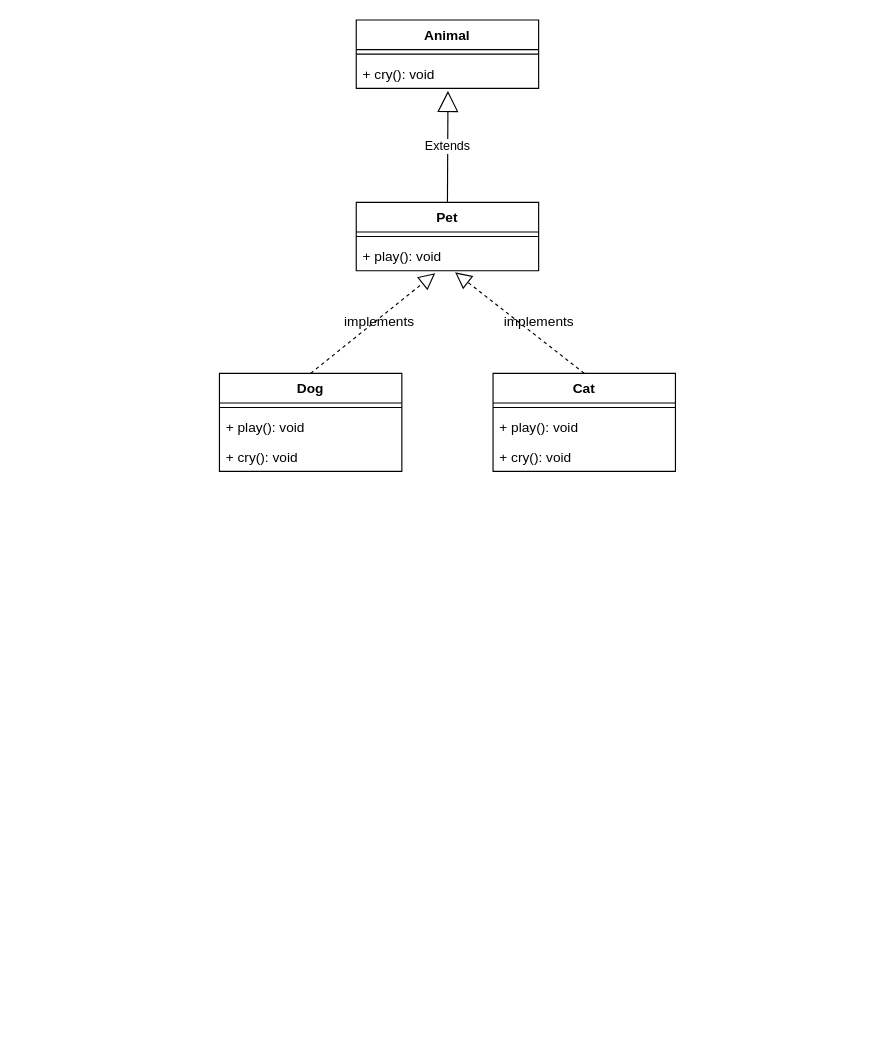
The draw.io diagram 241121.drawio in nalynn0517/UML, before the edit. Source tidied: cells renumbered, new cells numbered last; positions are measured from the earlier drawing's top-left corner, leaving out a move shared by most shapes. Both pictures are drawn from the tidied source at 114%, with x=0, y=0 at pixel (219, 19).
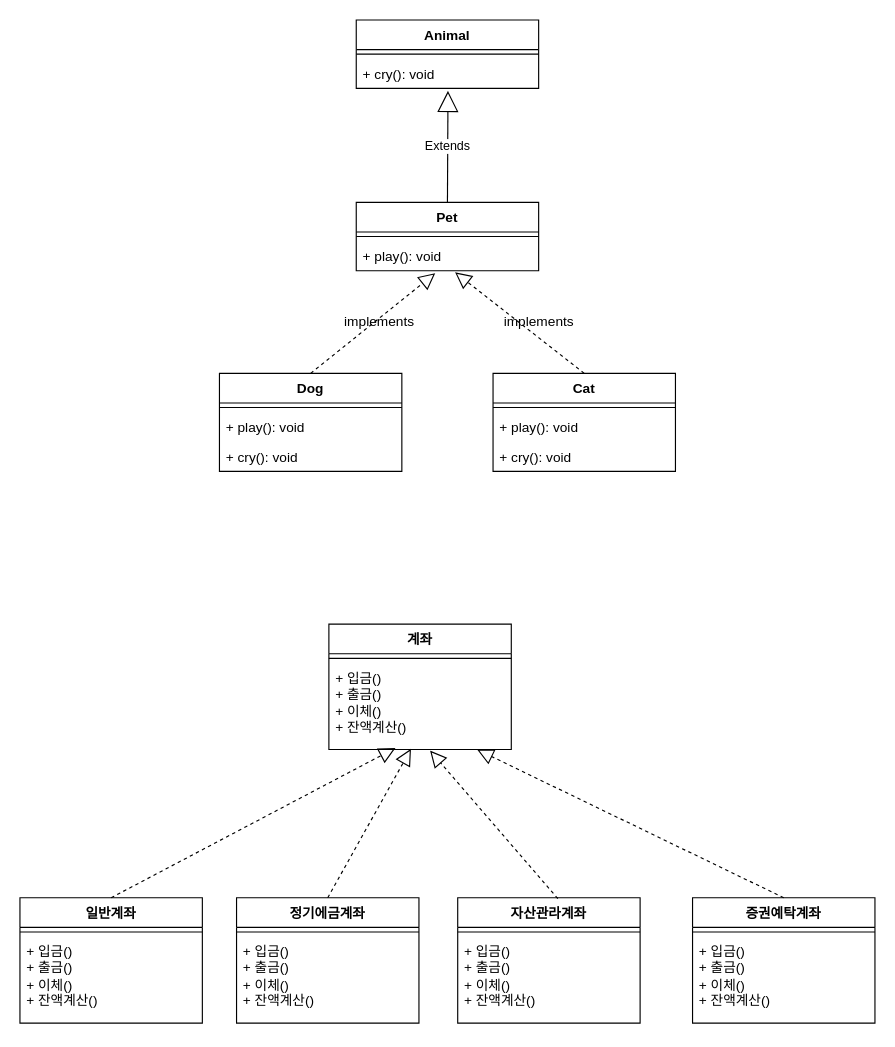
After the change.

Change to the diagram source:
```diff
@@
+    <mxCell id="21" value="계좌" style="swimlane;fontStyle=1;align=center;verticalAlign=top;horizontal=1;startSize=26;whiteSpace=wrap;html=1;" parent="1" vertex="1">
+      <mxGeometry x="96" y="530" width="160" height="110" as="geometry" />
+    </mxCell>
+    <mxCell id="22" style="line;strokeWidth=1;fillColor=none;align=left;verticalAlign=middle;spacingTop=-1;spacingLeft=3;spacingRight=3;labelPosition=right;strokeColor=inherit;" parent="21" vertex="1">
+      <mxGeometry y="26" width="160" height="8" as="geometry" />
+    </mxCell>
+    <mxCell id="23" value="+ 입금()&lt;div&gt;+ 출금()&lt;/div&gt;&lt;div&gt;+ 이체()&lt;/div&gt;&lt;div&gt;+ 잔액계산()&lt;/div&gt;" style="text;strokeColor=none;fillColor=none;align=left;verticalAlign=top;spacingLeft=4;spacingRight=4;overflow=hidden;points=[[0,0.5],[1,0.5]];portConstraint=eastwest;whiteSpace=wrap;html=1;" parent="21" vertex="1">
+      <mxGeometry y="34" width="160" height="76" as="geometry" />
+    </mxCell>
+    <mxCell id="24" value="일반계좌" style="swimlane;fontStyle=1;align=center;verticalAlign=top;horizontal=1;startSize=26;whiteSpace=wrap;html=1;" parent="1" vertex="1">
+      <mxGeometry x="-175" y="770" width="160" height="110" as="geometry" />
+    </mxCell>
+    <mxCell id="25" style="line;strokeWidth=1;fillColor=none;align=left;verticalAlign=middle;spacingTop=-1;spacingLeft=3;spacingRight=3;labelPosition=right;strokeColor=inherit;" parent="24" vertex="1">
+      <mxGeometry y="26" width="160" height="8" as="geometry" />
+    </mxCell>
+    <mxCell id="26" value="+ 입금()&lt;div&gt;+ 출금()&lt;/div&gt;&lt;div&gt;+ 이체()&lt;/div&gt;&lt;div&gt;+ 잔액계산()&lt;/div&gt;" style="text;strokeColor=none;fillColor=none;align=left;verticalAlign=top;spacingLeft=4;spacingRight=4;overflow=hidden;whiteSpace=wrap;html=1;" parent="24" vertex="1">
+      <mxGeometry y="34" width="160" height="76" as="geometry" />
+    </mxCell>
+    <mxCell id="27" value="정기에금계좌" style="swimlane;fontStyle=1;align=center;verticalAlign=top;horizontal=1;startSize=26;whiteSpace=wrap;html=1;" parent="1" vertex="1">
+      <mxGeometry x="15" y="770" width="160" height="110" as="geometry" />
+    </mxCell>
+    <mxCell id="28" style="line;strokeWidth=1;fillColor=none;align=left;verticalAlign=middle;spacingTop=-1;spacingLeft=3;spacingRight=3;labelPosition=right;strokeColor=inherit;" parent="27" vertex="1">
+      <mxGeometry y="26" width="160" height="8" as="geometry" />
+    </mxCell>
+    <mxCell id="29" value="+ 입금()&lt;div&gt;+ 출금()&lt;/div&gt;&lt;div&gt;+ 이체()&lt;/div&gt;&lt;div&gt;+ 잔액계산()&lt;/div&gt;" style="text;strokeColor=none;fillColor=none;align=left;verticalAlign=top;spacingLeft=4;spacingRight=4;overflow=hidden;whiteSpace=wrap;html=1;" parent="27" vertex="1">
+      <mxGeometry y="34" width="160" height="76" as="geometry" />
+    </mxCell>
+    <mxCell id="30" value="자산관라계좌" style="swimlane;fontStyle=1;align=center;verticalAlign=top;horizontal=1;startSize=26;whiteSpace=wrap;html=1;" parent="1" vertex="1">
+      <mxGeometry x="209" y="770" width="160" height="110" as="geometry" />
+    </mxCell>
+    <mxCell id="31" style="line;strokeWidth=1;fillColor=none;align=left;verticalAlign=middle;spacingTop=-1;spacingLeft=3;spacingRight=3;labelPosition=right;strokeColor=inherit;" parent="30" vertex="1">
+      <mxGeometry y="26" width="160" height="8" as="geometry" />
+    </mxCell>
+    <mxCell id="32" value="+ 입금()&lt;div&gt;+ 출금()&lt;/div&gt;&lt;div&gt;+ 이체()&lt;/div&gt;&lt;div&gt;+ 잔액계산()&lt;/div&gt;" style="text;strokeColor=none;fillColor=none;align=left;verticalAlign=top;spacingLeft=4;spacingRight=4;overflow=hidden;whiteSpace=wrap;html=1;" parent="30" vertex="1">
+      <mxGeometry y="34" width="160" height="76" as="geometry" />
+    </mxCell>
+    <mxCell id="33" value="증권예탁계좌" style="swimlane;fontStyle=1;align=center;verticalAlign=top;horizontal=1;startSize=26;whiteSpace=wrap;html=1;" parent="1" vertex="1">
+      <mxGeometry x="415" y="770" width="160" height="110" as="geometry" />
+    </mxCell>
+    <mxCell id="34" style="line;strokeWidth=1;fillColor=none;align=left;verticalAlign=middle;spacingTop=-1;spacingLeft=3;spacingRight=3;labelPosition=right;strokeColor=inherit;" parent="33" vertex="1">
+      <mxGeometry y="26" width="160" height="8" as="geometry" />
+    </mxCell>
+    <mxCell id="35" value="+ 입금()&lt;div&gt;+ 출금()&lt;/div&gt;&lt;div&gt;+ 이체()&lt;/div&gt;&lt;div&gt;+ 잔액계산()&lt;/div&gt;" style="text;strokeColor=none;fillColor=none;align=left;verticalAlign=top;spacingLeft=4;spacingRight=4;overflow=hidden;whiteSpace=wrap;html=1;" parent="33" vertex="1">
+      <mxGeometry y="34" width="160" height="76" as="geometry" />
+    </mxCell>
+    <mxCell id="36" style="endArrow=block;dashed=1;endFill=0;endSize=12;html=1;rounded=0;exitX=0.5;exitY=0;exitDx=0;exitDy=0;entryX=0.365;entryY=0.982;entryDx=0;entryDy=0;entryPerimeter=0;" parent="1" edge="1" source="24" target="23">
+      <mxGeometry relative="1" as="geometry" />
+    </mxCell>
+    <mxCell id="37" style="endArrow=block;dashed=1;endFill=0;endSize=12;html=1;rounded=0;exitX=0.5;exitY=0;exitDx=0;exitDy=0;entryX=0.45;entryY=0.992;entryDx=0;entryDy=0;entryPerimeter=0;" parent="1" edge="1" source="27" target="23">
+      <mxGeometry relative="1" as="geometry" />
+    </mxCell>
+    <mxCell id="38" style="endArrow=block;dashed=1;endFill=0;endSize=12;html=1;rounded=0;entryX=0.555;entryY=1.013;entryDx=0;entryDy=0;entryPerimeter=0;exitX=0.549;exitY=0.007;exitDx=0;exitDy=0;exitPerimeter=0;" parent="1" edge="1" source="30" target="23">
+      <mxGeometry relative="1" as="geometry" />
+    </mxCell>
+    <mxCell id="39" style="endArrow=block;dashed=1;endFill=0;endSize=12;html=1;rounded=0;exitX=0.5;exitY=0;exitDx=0;exitDy=0;" parent="1" edge="1" source="33">
+      <mxGeometry relative="1" as="geometry">
+        <mxPoint x="226" y="640" as="targetPoint" />
+      </mxGeometry>
+    </mxCell>
```
